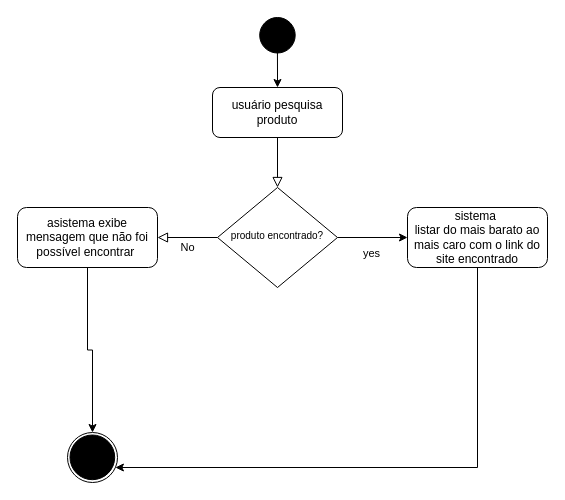
Above: page "Página-3" (3 of 9) of Diagrama sem nome.drawio in devguina/CEFET-Software_Engineering (draw.io), before the change. Source tidied: cells renumbered, new cells numbered last; positions are measured from the earlier drawing's top-left corner, leaving out a move shared by most shapes. Both pictures are drawn from the tidied source at 100%, with x=0, y=0 at pixel (17, 17).
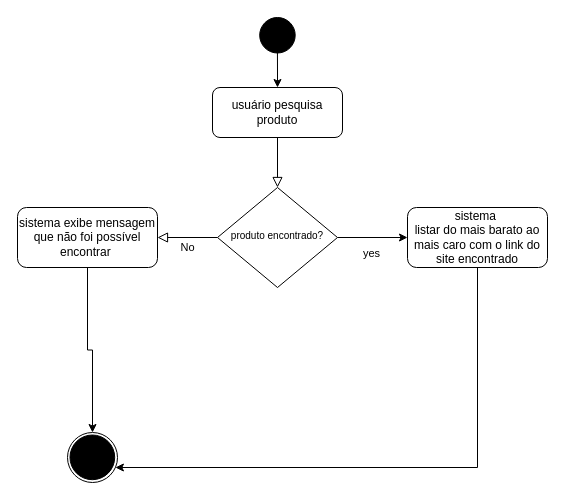
The same page after the edit.

What changed in the source:
```diff
@@
 <mxGraphModel>
   <root>
     <mxCell id="0" />
     <mxCell id="1" parent="0" />
     <mxCell id="2" style="rounded=0;html=1;jettySize=auto;fontSize=11;endArrow=block;endFill=0;endSize=8;strokeWidth=1;shadow=0;labelBackgroundColor=none;edgeStyle=orthogonalEdgeStyle;" parent="1" edge="1" source="3" target="7">
       <mxGeometry relative="1" as="geometry" />
     </mxCell>
     <mxCell id="3" value="usuário pesquisa produto" style="rounded=1;whiteSpace=wrap;html=1;fontSize=12;glass=0;strokeWidth=1;shadow=0;" parent="1" vertex="1">
       <mxGeometry x="195" y="70" width="130" height="50" as="geometry" />
     </mxCell>
     <mxCell id="4" value="No" style="edgeStyle=orthogonalEdgeStyle;rounded=0;html=1;jettySize=auto;fontSize=11;endArrow=block;endFill=0;endSize=8;strokeWidth=1;shadow=0;labelBackgroundColor=none;" parent="1" edge="1" source="7" target="9">
       <mxGeometry y="10" relative="1" as="geometry" />
     </mxCell>
     <mxCell id="5" style="edgeStyle=orthogonalEdgeStyle;rounded=0;jettySize=auto;html=1;" parent="1" edge="1" source="7" target="13">
       <mxGeometry relative="1" as="geometry" />
     </mxCell>
     <mxCell id="6" value="yes" style="edgeLabel;html=1;align=center;verticalAlign=middle;" parent="5" vertex="1">
       <mxGeometry x="-0.07" y="-15" relative="1" as="geometry" />
     </mxCell>
     <mxCell id="7" value="&lt;font size=&quot;1&quot;&gt;produto encontrado?&lt;/font&gt;" style="rhombus;whiteSpace=wrap;html=1;shadow=0;fontFamily=Helvetica;fontSize=12;align=center;strokeWidth=1;spacing=6;spacingTop=-4;" parent="1" vertex="1">
       <mxGeometry x="200" y="170" width="120" height="100" as="geometry" />
     </mxCell>
     <mxCell id="8" style="edgeStyle=orthogonalEdgeStyle;rounded=0;jettySize=auto;html=1;" parent="1" edge="1" source="9" target="16">
       <mxGeometry relative="1" as="geometry" />
     </mxCell>
-    <mxCell id="9" value="asistema exibe mensagem que não foi possível encontrar&amp;nbsp;" style="rounded=1;whiteSpace=wrap;html=1;fontSize=12;glass=0;strokeWidth=1;shadow=0;" parent="1" vertex="1">
+    <mxCell id="9" value="sistema exibe mensagem que não foi possível encontrar&amp;nbsp;" style="rounded=1;whiteSpace=wrap;html=1;fontSize=12;glass=0;strokeWidth=1;shadow=0;" parent="1" vertex="1">
       <mxGeometry y="190" width="140" height="60" as="geometry" />
     </mxCell>
     <mxCell id="10" style="edgeStyle=orthogonalEdgeStyle;rounded=0;jettySize=auto;html=1;entryX=0.5;entryY=0;entryDx=0;entryDy=0;" parent="1" edge="1" source="11" target="3">
       <mxGeometry relative="1" as="geometry" />
     </mxCell>
     <mxCell id="11" style="ellipse;shape=doubleEllipse;whiteSpace=wrap;html=1;fillColor=#000000;" parent="1" vertex="1">
       <mxGeometry x="242.2" width="35.5" height="35.5" as="geometry" />
     </mxCell>
     <mxCell id="12" style="edgeStyle=orthogonalEdgeStyle;rounded=0;jettySize=auto;html=1;" parent="1" edge="1" source="13" target="16">
       <mxGeometry relative="1" as="geometry">
         <Array as="points">
           <mxPoint x="460" y="450" />
         </Array>
       </mxGeometry>
     </mxCell>
     <mxCell id="13" value="sistema&amp;nbsp;&lt;div&gt;listar do mais barato ao mais caro com o link do site encontrado&lt;/div&gt;" style="rounded=1;whiteSpace=wrap;html=1;fontSize=12;glass=0;strokeWidth=1;shadow=0;" parent="1" vertex="1">
       <mxGeometry x="390" y="190" width="140" height="60" as="geometry" />
     </mxCell>
     <mxCell id="14" style="group;" parent="1" vertex="1">
       <mxGeometry x="50" y="415" width="50" height="50" as="geometry" />
     </mxCell>
     <mxCell id="15" style="ellipse;shape=doubleEllipse;whiteSpace=wrap;html=1;fillColor=#000000;" parent="14" vertex="1">
       <mxGeometry x="2.5" y="2.5" width="44.7" height="44.7" as="geometry" />
     </mxCell>
     <mxCell id="16" style="ellipse;shape=doubleEllipse;whiteSpace=wrap;html=1;fillColor=none;" parent="14" vertex="1">
       <mxGeometry width="50" height="50" as="geometry" />
     </mxCell>
   </root>
 </mxGraphModel>
```
